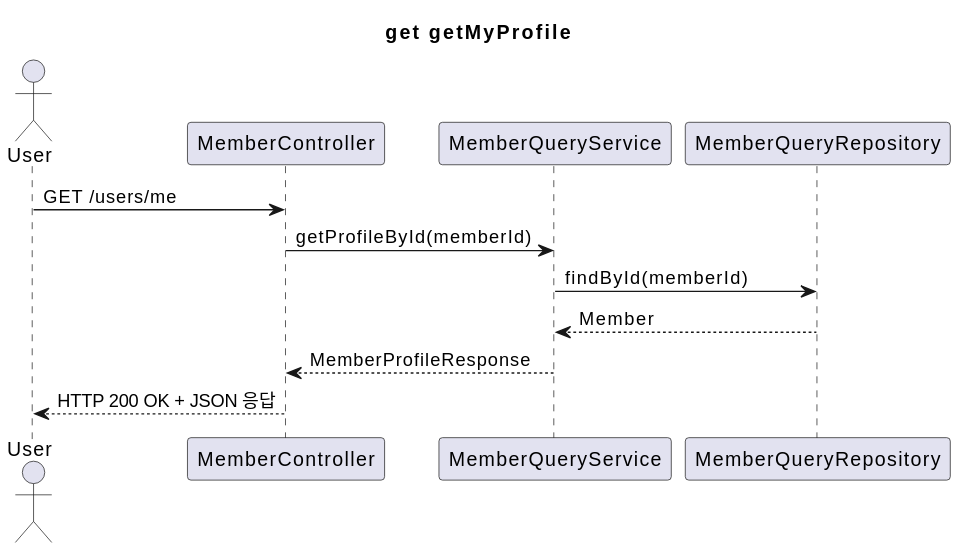
This is document/puml/event/externalAPI/memberContext/memberAggregate/getMyProfile.svg from SimpleBoardTeam/server-hyunchang, a PlantUML export, as it was before one commit.
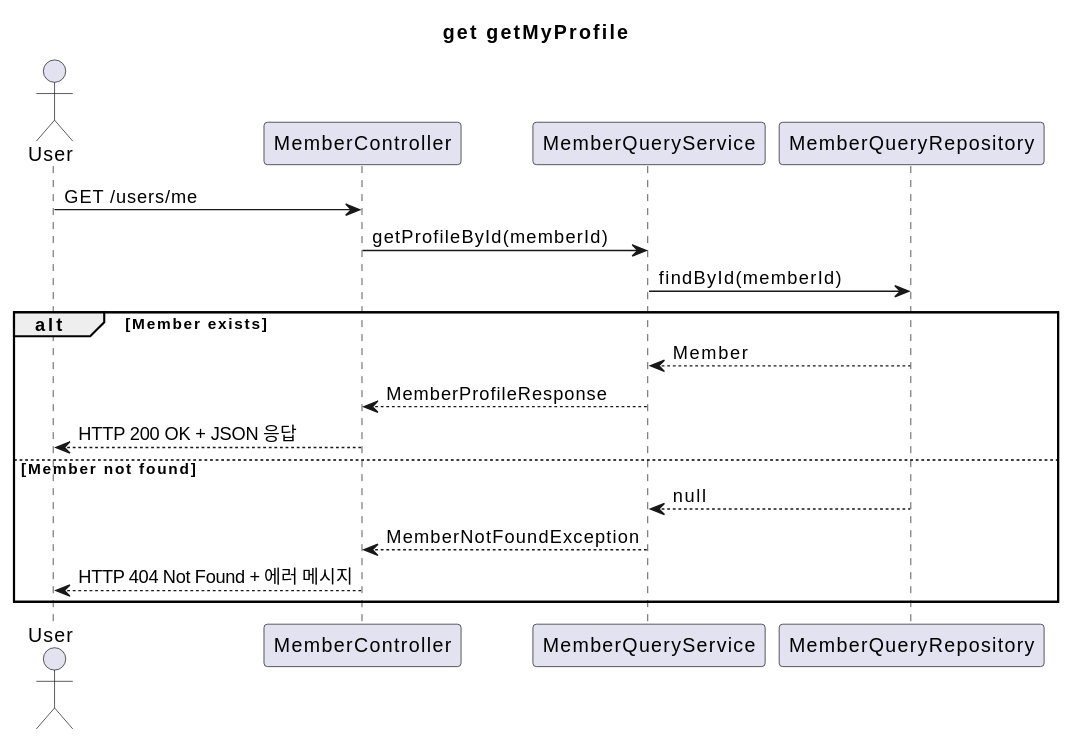
Later version of the same file.

Diff of the diagram source:
```diff
@@ -10,9 +10,15 @@
 MemberController -> MemberQueryService : getProfileById(memberId)
 
 MemberQueryService -> MemberQueryRepository : findById(memberId)
+
+alt Member exists
 MemberQueryRepository --> MemberQueryService : Member
-
-
 MemberQueryService --> MemberController : MemberProfileResponse
 MemberController --> User : HTTP 200 OK + JSON 응답
+
+else Member not found
+MemberQueryRepository --> MemberQueryService : null
+MemberQueryService --> MemberController : MemberNotFoundException
+MemberController --> User : HTTP 404 Not Found + 에러 메시지
+end
 @enduml
```
